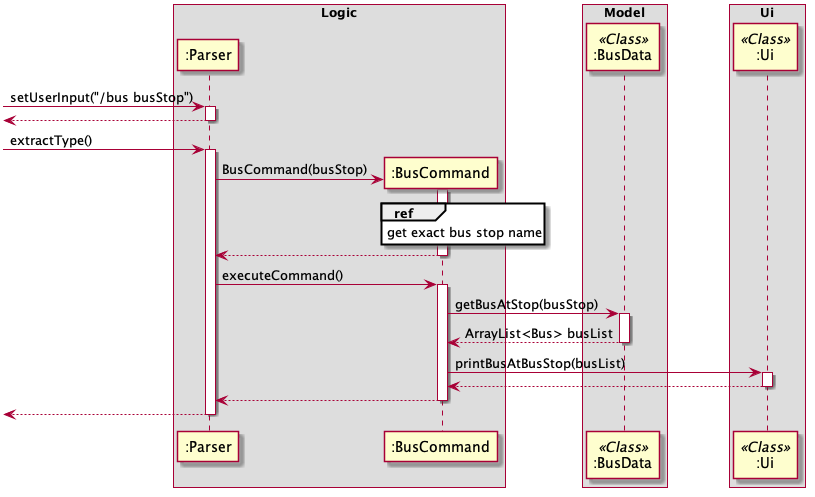
The PlantUML diagram docs/DG_Diagrams/BusCommand/BusCommand.png in nus-cs2113-AY2021S1/tp, before a commit. Its diagram source:
```plantuml
@startuml
skinparam BoxPadding 30
box Logic
participant ":Parser"
participant ":BusCommand"
end box

box Model
participant ":BusData" <<Class>>
end box

box Ui
participant ":Ui" <<Class>>
end box

[-> ":Parser": setUserInput("/bus busStop")
activate ":Parser"
[<-- ":Parser"
deactivate ":Parser"

[-> ":Parser": extractType()
activate ":Parser"

create ":BusCommand"
":Parser" -> ":BusCommand": BusCommand(busStop)

activate ":BusCommand"
ref over ":BusCommand"
get exact bus stop name
end
":BusCommand" --> ":Parser"
deactivate ":BusCommand"



":Parser" -> ":BusCommand": executeCommand()
activate ":BusCommand"

":BusCommand"->":BusData": getBusAtStop(busStop)
activate ":BusData"
":BusData" -->":BusCommand": ArrayList<Bus> busList
deactivate ":BusData"

":BusCommand"->":Ui": printBusAtBusStop(busList)
activate ":Ui"
":Ui"-->":BusCommand"
deactivate ":Ui"

":BusCommand"-->":Parser"
deactivate ":BusCommand"
[<-- ":Parser"
deactivate ":Parser"












@enduml
```
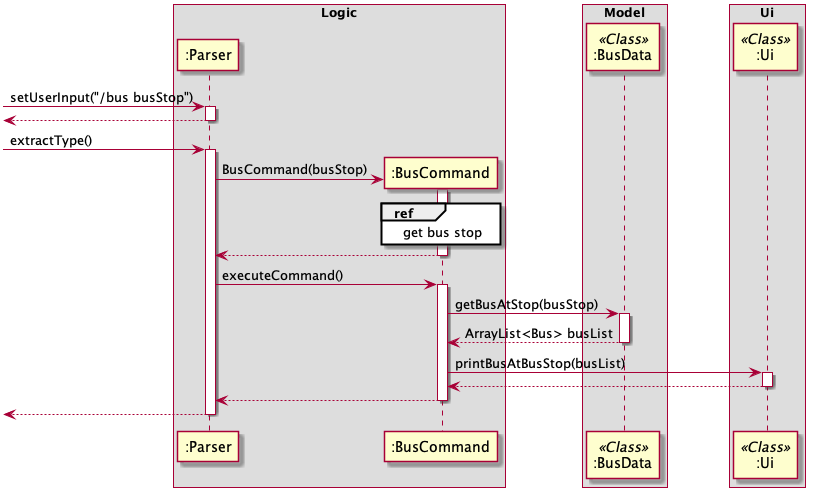
Above is the later version.

Change to the diagram source:
```diff
@@ -26,7 +26,7 @@
 
 activate ":BusCommand"
 ref over ":BusCommand"
-get exact bus stop name
+get bus stop
 end
 ":BusCommand" --> ":Parser"
 deactivate ":BusCommand"
```
